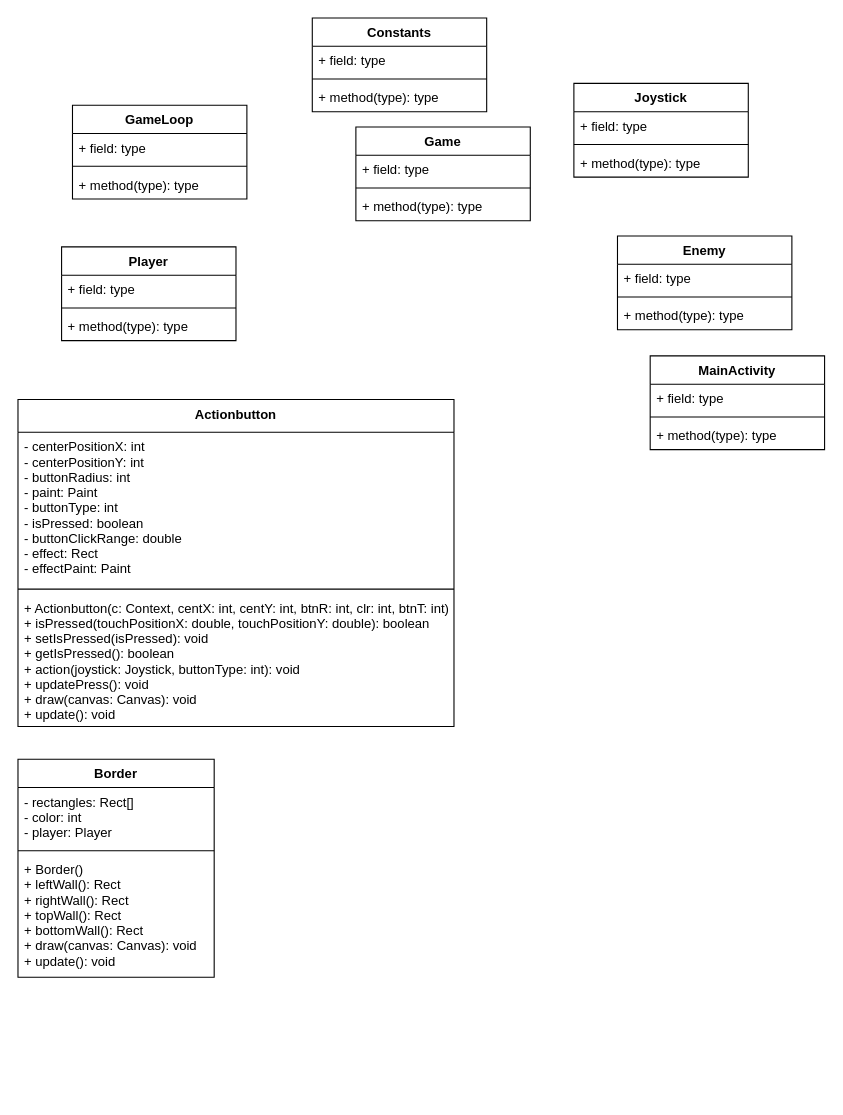
The draw.io diagram DungeonRun.drawio in alinahelk/DungeonRunUML, before the edit. Source tidied: cells renumbered, new cells numbered last; positions are measured from the earlier drawing's top-left corner, leaving out a move shared by most shapes. Both pictures are drawn from the tidied source at 109%, with x=0, y=0 at pixel (17, 17).
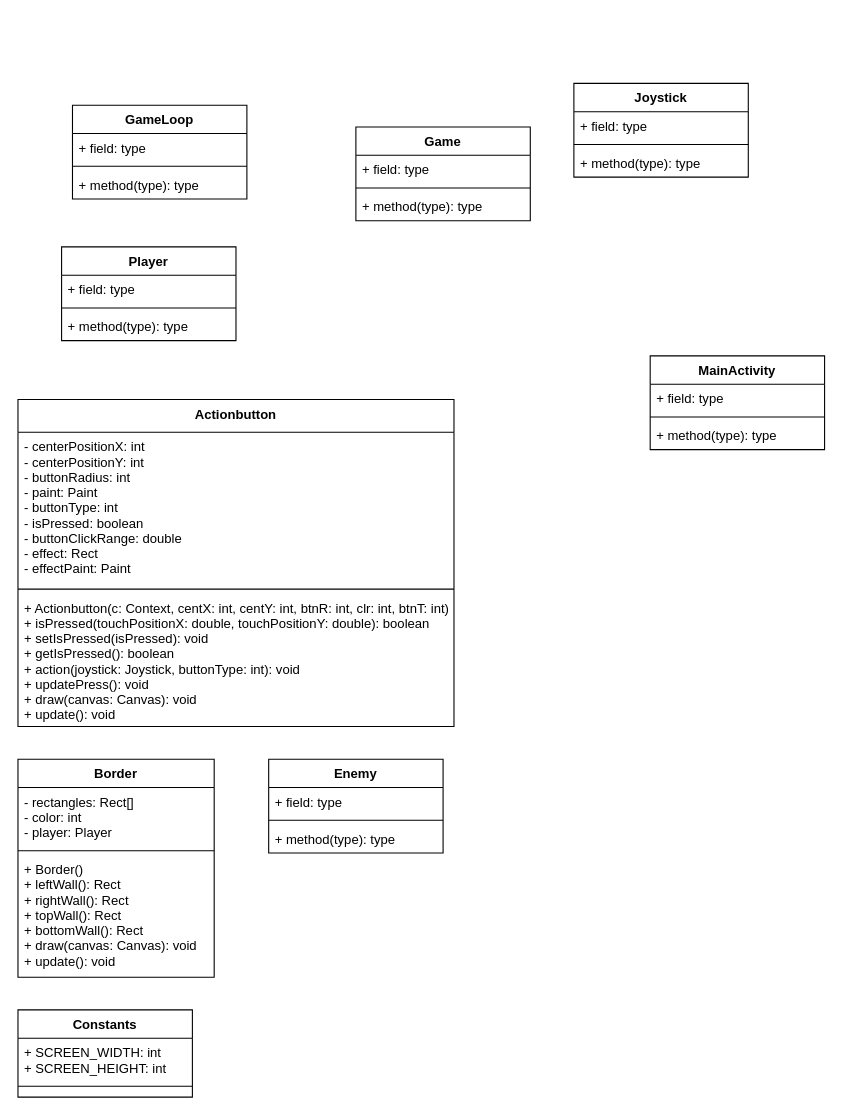
The same diagram, later.

The edit, as a diff of the source:
```diff
@@
     <mxCell id="10" value="Enemy" style="swimlane;fontStyle=1;align=center;verticalAlign=top;horizontal=1;startSize=26;" parent="1" vertex="1">
-      <mxGeometry x="550" y="200" width="160" height="86" as="geometry" />
+      <mxGeometry x="230" y="680" width="160" height="86" as="geometry" />
     </mxCell>
@@
     <mxCell id="30" value="Constants" style="swimlane;fontStyle=1;align=center;verticalAlign=top;horizontal=1;startSize=26;" parent="1" vertex="1">
-      <mxGeometry x="270" width="160" height="86" as="geometry" />
+      <mxGeometry y="910" width="160" height="80" as="geometry" />
     </mxCell>
-    <mxCell id="31" value="+ field: type" style="text;strokeColor=none;fillColor=none;align=left;verticalAlign=top;spacingLeft=4;spacingRight=4;overflow=hidden;" parent="30" vertex="1">
-      <mxGeometry y="26" width="160" height="26" as="geometry" />
+    <mxCell id="31" value="+ SCREEN_WIDTH: int&#10;+ SCREEN_HEIGHT: int" style="text;strokeColor=none;fillColor=none;align=left;verticalAlign=top;spacingLeft=4;spacingRight=4;overflow=hidden;" parent="30" vertex="1">
+      <mxGeometry y="26" width="160" height="34" as="geometry" />
     </mxCell>
     <mxCell id="32" style="line;strokeWidth=1;fillColor=none;align=left;verticalAlign=middle;spacingTop=-1;spacingLeft=3;spacingRight=3;labelPosition=right;" parent="30" vertex="1">
-      <mxGeometry y="52" width="160" height="8" as="geometry" />
+      <mxGeometry y="60" width="160" height="20" as="geometry" />
     </mxCell>
-    <mxCell id="33" value="+ method(type): type" style="text;strokeColor=none;fillColor=none;align=left;verticalAlign=top;spacingLeft=4;spacingRight=4;overflow=hidden;" parent="30" vertex="1">
-      <mxGeometry y="60" width="160" height="26" as="geometry" />
-    </mxCell>
```
